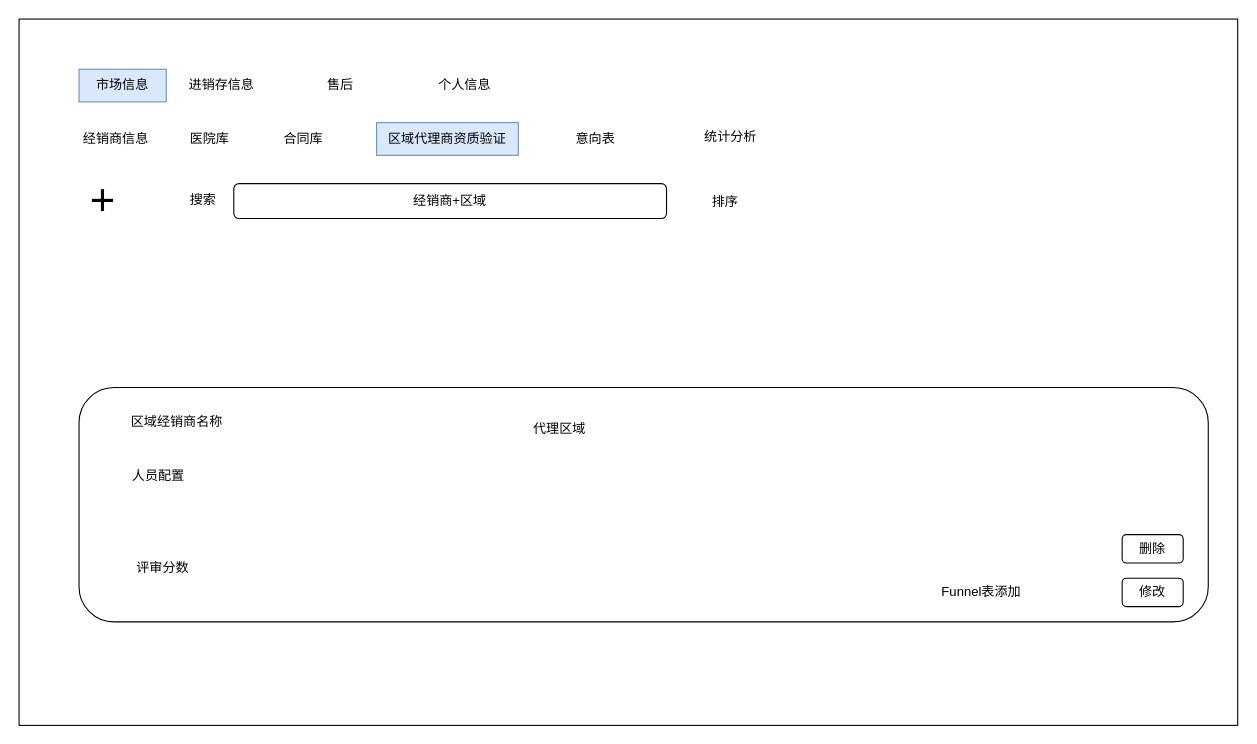
The draw.io diagram page "区域代理经销商" (4 of 6) of 泰加市场.drawio in cangwang/news, before the edit. Source tidied: cells renumbered, new cells numbered last; positions are measured from the earlier drawing's top-left corner, leaving out a move shared by most shapes. Both pictures are drawn from the tidied source at 109%, with x=0, y=0 at pixel (19, 19).
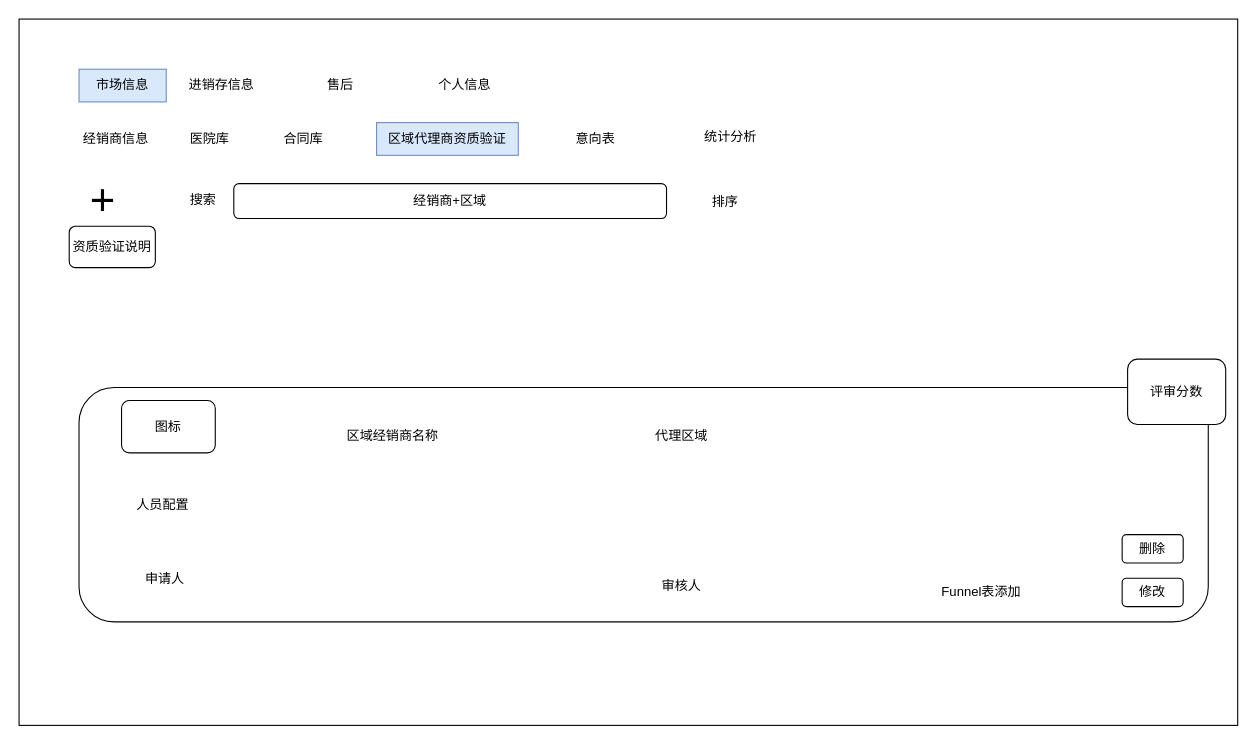
The same diagram, later.

Change to the diagram source:
```diff
@@
     <mxCell id="13" value="区域经销商名称" style="text;html=1;strokeColor=none;fillColor=none;align=center;verticalAlign=middle;whiteSpace=wrap;rounded=0;fontSize=12;" parent="1" vertex="1">
-      <mxGeometry x="93" y="355" width="104" height="30" as="geometry" />
+      <mxGeometry x="291" y="368" width="104" height="30" as="geometry" />
     </mxCell>
     <mxCell id="14" value="代理区域" style="text;html=1;strokeColor=none;fillColor=none;align=center;verticalAlign=middle;whiteSpace=wrap;rounded=0;fontSize=12;" parent="1" vertex="1">
-      <mxGeometry x="444" y="361" width="104" height="30" as="geometry" />
+      <mxGeometry x="556" y="368" width="104" height="30" as="geometry" />
     </mxCell>
     <mxCell id="15" value="人员配置" style="text;html=1;strokeColor=none;fillColor=none;align=center;verticalAlign=middle;whiteSpace=wrap;rounded=0;fontSize=12;" parent="1" vertex="1">
-      <mxGeometry x="76" y="404" width="104" height="30" as="geometry" />
+      <mxGeometry x="80" y="430.5" width="104" height="30" as="geometry" />
     </mxCell>
@@
-    <mxCell id="17" value="评审分数" style="text;html=1;strokeColor=none;fillColor=none;align=center;verticalAlign=middle;whiteSpace=wrap;rounded=0;fontSize=12;" parent="1" vertex="1">
-      <mxGeometry x="89" y="473" width="86" height="62" as="geometry" />
-    </mxCell>
@@
+    <mxCell id="25" value="图标" style="rounded=1;whiteSpace=wrap;html=1;" parent="1" vertex="1">
+      <mxGeometry x="94" y="350" width="86" height="48" as="geometry" />
+    </mxCell>
+    <mxCell id="17" value="评审分数" style="rounded=1;whiteSpace=wrap;html=1;" parent="1" vertex="1">
+      <mxGeometry x="1017" y="312" width="90" height="60" as="geometry" />
+    </mxCell>
+    <mxCell id="26" value="资质验证说明" style="rounded=1;whiteSpace=wrap;html=1;" parent="1" vertex="1">
+      <mxGeometry x="46" y="190" width="79" height="38" as="geometry" />
+    </mxCell>
+    <mxCell id="27" value="申请人" style="text;html=1;strokeColor=none;fillColor=none;align=center;verticalAlign=middle;whiteSpace=wrap;rounded=0;" parent="1" vertex="1">
+      <mxGeometry x="104" y="499" width="60" height="30" as="geometry" />
+    </mxCell>
+    <mxCell id="28" value="审核人" style="text;html=1;strokeColor=none;fillColor=none;align=center;verticalAlign=middle;whiteSpace=wrap;rounded=0;" parent="1" vertex="1">
+      <mxGeometry x="578" y="505" width="60" height="30" as="geometry" />
+    </mxCell>
```
